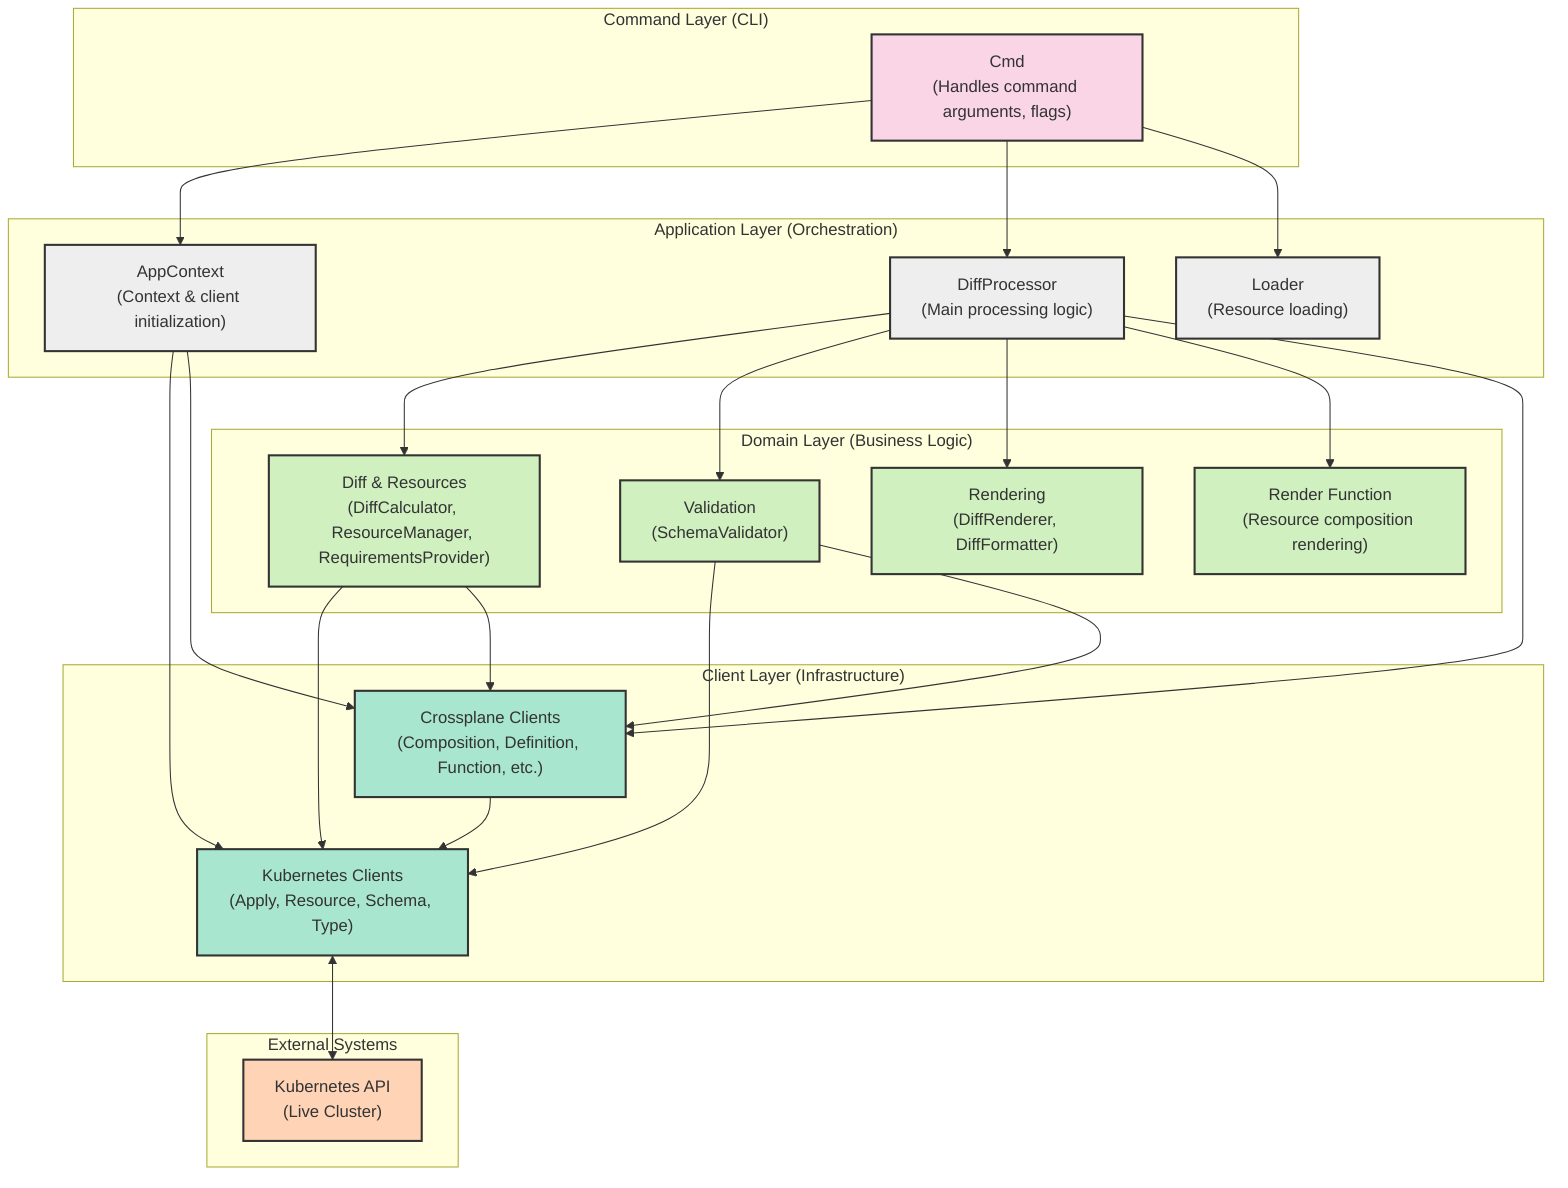
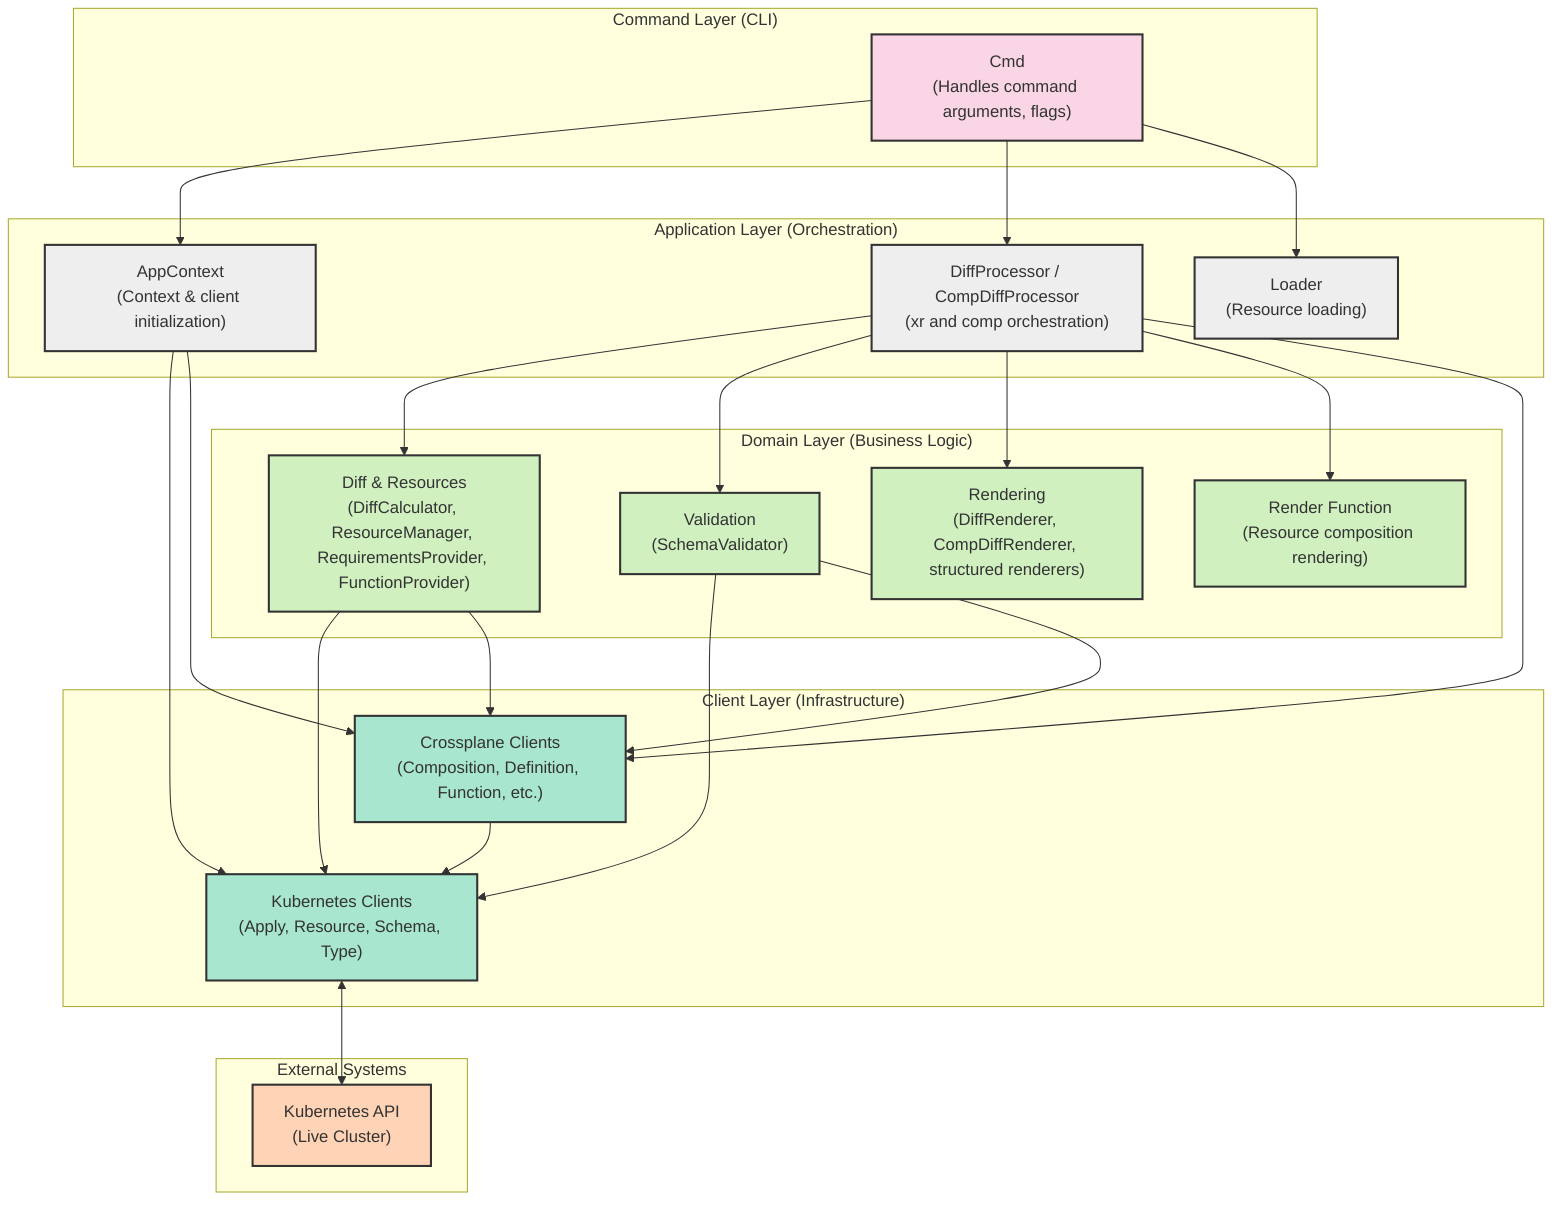
flowchart TD
    subgraph "Command Layer (CLI)"
        CMD["Cmd\n(Handles command arguments, flags)"]
    end

    subgraph "Application Layer (Orchestration)"
        APP["AppContext\n(Context & client initialization)"]
-         DPR["DiffProcessor\n(Main processing logic)"]
+         DPR["DiffProcessor / CompDiffProcessor\n(xr and comp orchestration)"]
        LOAD["Loader\n(Resource loading)"]
    end

    subgraph "Domain Layer (Business Logic)"
-         CALC["Diff & Resources\n(DiffCalculator, ResourceManager, RequirementsProvider)"]
+         CALC["Diff & Resources\n(DiffCalculator, ResourceManager, RequirementsProvider, FunctionProvider)"]
        VALD["Validation\n(SchemaValidator)"]
-         REND["Rendering\n(DiffRenderer, DiffFormatter)"]
+         REND["Rendering\n(DiffRenderer, CompDiffRenderer, structured renderers)"]
        RENFN["Render Function\n(Resource composition rendering)"]
    end

    subgraph "Client Layer (Infrastructure)"
        K8CLI["Kubernetes Clients\n(Apply, Resource, Schema, Type)"]
        XPCLI["Crossplane Clients\n(Composition, Definition, Function, etc.)"]
    end

    subgraph "External Systems"
        K8S["Kubernetes API\n(Live Cluster)"]
    end

    %% Layer connections
    CMD --> APP
    CMD --> DPR
    CMD --> LOAD

    APP --> K8CLI
    APP --> XPCLI

    DPR --> CALC
    DPR --> VALD
    DPR --> REND
    DPR --> RENFN
    DPR --> XPCLI

    CALC --> K8CLI
    CALC --> XPCLI
    VALD --> K8CLI
    VALD --> XPCLI

    K8CLI <--> K8S
    XPCLI --> K8CLI

    %% Styling
    classDef commandLayer fill:#f9d5e5,stroke:#333,stroke-width:2px
    classDef applicationLayer fill:#eeeeee,stroke:#333,stroke-width:2px
    classDef domainLayer fill:#d0f0c0,stroke:#333,stroke-width:2px
    classDef clientLayer fill:#a8e6cf,stroke:#333,stroke-width:2px
    classDef externalSystems fill:#ffd3b6,stroke:#333,stroke-width:2px

    class CMD commandLayer
    class APP,DPR,LOAD applicationLayer
    class CALC,VALD,REND,RENFN domainLayer
    class K8CLI,XPCLI clientLayer
    class K8S externalSystems
